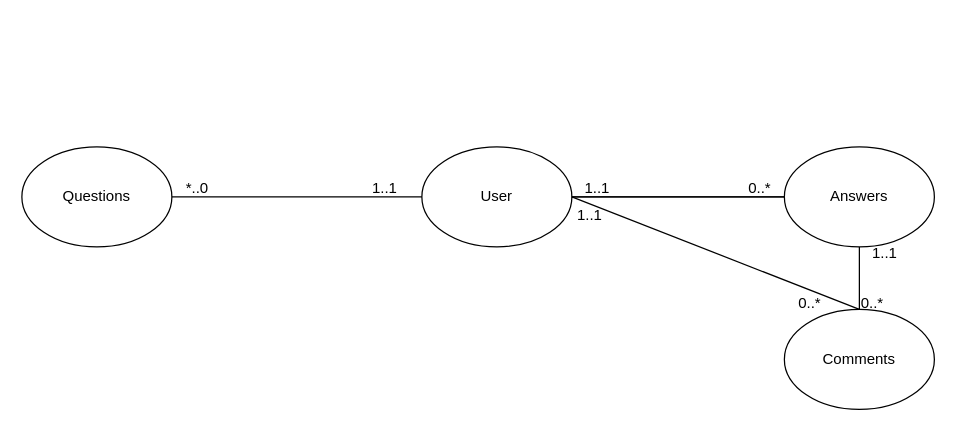
Above: ERD_try2.drawio in shubham0820/stuff-over-flow (draw.io), before the change. Source tidied: cells renumbered, new cells numbered last; positions are measured from the earlier drawing's top-left corner, leaving out a move shared by most shapes. Both pictures are drawn from the tidied source at 125%, with x=0, y=0 at pixel (21, 146).
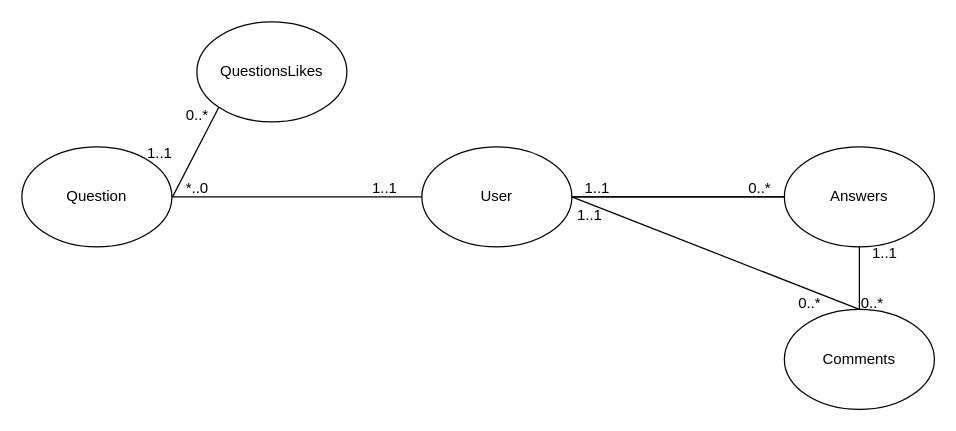
The same diagram, later.

Commit message (it also covers changes not shown here):
[Question-CRUD]: creating a few Question APIs & making some changes in design wrt Question likes

The change refers to these unchanged cells:
```xml
<mxCell id="12" value="*..0" style="text;html=1;align=center;verticalAlign=middle;points=[];strokeColor=none;fillColor=none;" parent="1" vertex="1">
  <mxGeometry x="120" y="18" width="40" height="30" as="geometry" />
</mxCell>
```

Diff of the diagram source:
```diff
@@
-    <mxCell id="4" value="Questions" style="ellipse;whiteSpace=wrap;html=1;" parent="1" vertex="1">
+    <mxCell id="4" value="Question" style="ellipse;whiteSpace=wrap;html=1;" parent="1" vertex="1">
       <mxGeometry width="120" height="80" as="geometry" />
     </mxCell>
@@
+    <mxCell id="19" value="QuestionsLikes" style="ellipse;whiteSpace=wrap;html=1;" parent="1" vertex="1">
+      <mxGeometry x="140" y="-100" width="120" height="80" as="geometry" />
+    </mxCell>
+    <mxCell id="20" style="endArrow=none;html=1;rounded=0;entryX=0.013;entryY=0.733;entryDx=0;entryDy=0;exitX=0;exitY=1;exitDx=0;exitDy=0;entryPerimeter=0;" parent="1" edge="1" source="19" target="12">
+      <mxGeometry relative="1" as="geometry" />
+    </mxCell>
+    <mxCell id="21" value="0..*" style="text;html=1;align=center;verticalAlign=middle;strokeColor=none;fillColor=none;" parent="1" vertex="1">
+      <mxGeometry x="120" y="-40" width="40" height="30" as="geometry" />
+    </mxCell>
+    <mxCell id="22" value="1..1" style="text;html=1;align=center;verticalAlign=middle;strokeColor=none;fillColor=none;" parent="1" vertex="1">
+      <mxGeometry x="90" y="-10" width="40" height="30" as="geometry" />
+    </mxCell>
```
